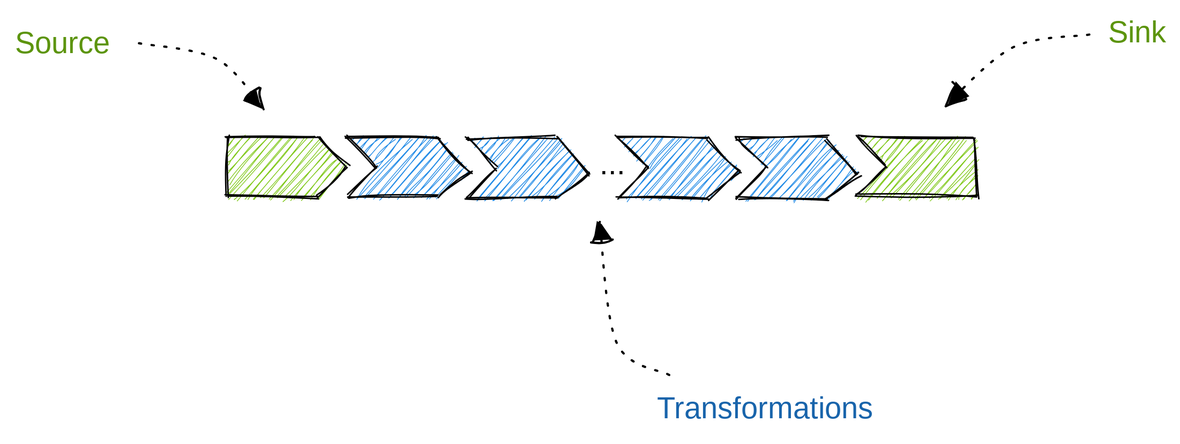
This is web/docs/understand/language/pipeline-structure.excalidraw.svg from tenzir/tenzir, a Excalidraw export, as it was before one commit. Source tidied: one line per element, renumbered; positions are measured from the earlier drawing's top-left corner, leaving out a move shared by most shapes. The source it was exported from:
```json
{"id": 0, "type": "line", "strokeColor": "#000000", "backgroundColor": "#82c91e", "fillStyle": "hachure", "strokeWidth": 1, "roughness": 1, "x": 141, "y": 81, "width": 80, "height": 40, "points": [[0, 0], [0, 40], [60, 40], [80, 20], [60, 0], [0, 0]]}
{"id": 1, "type": "line", "strokeColor": "#000000", "backgroundColor": "#228be6", "fillStyle": "hachure", "strokeWidth": 1, "roughness": 1, "x": 302, "y": 82, "width": 82, "height": 40, "points": [[0, 0], [20, 20], [0, 40], [60, 40], [82, 24], [60, 0], [0, 0]]}
{"id": 2, "type": "line", "strokeColor": "#000000", "backgroundColor": "#228be6", "fillStyle": "hachure", "strokeWidth": 1, "roughness": 1, "x": 401, "y": 82, "width": 82, "height": 40, "points": [[0, 0], [20, 20], [0, 40], [60, 40], [82, 24], [60, 0], [0, 0]]}
{"id": 3, "type": "line", "strokeColor": "#000000", "backgroundColor": "#82c91e", "fillStyle": "hachure", "strokeWidth": 1, "roughness": 1, "x": 562, "y": 81, "width": 80, "height": 40, "points": [[0, 0], [18, 20], [-2, 40], [78, 40], [78, 2], [0, 0]]}
{"id": 4, "type": "text", "text": "...", "strokeColor": "#000000", "backgroundColor": "#15aabf", "fillStyle": "hachure", "strokeWidth": 1, "strokeStyle": "dotted", "roughness": 1, "fontSize": 20, "fontFamily": 1, "x": 390, "y": 88, "width": 18, "height": 25}
{"id": 5, "type": "text", "text": "Source", "strokeColor": "#5c940d", "backgroundColor": "#82c91e", "fillStyle": "hachure", "strokeWidth": 1, "strokeStyle": "dotted", "roughness": 1, "fontSize": 20, "fontFamily": 1, "x": 0, "y": 7, "width": 66, "height": 25}
{"id": 6, "type": "text", "text": "Sink", "strokeColor": "#5c940d", "backgroundColor": "#82c91e", "fillStyle": "hachure", "strokeWidth": 1, "strokeStyle": "dotted", "roughness": 1, "fontSize": 20, "fontFamily": 1, "x": 728, "y": 0, "width": 38, "height": 25}
{"id": 7, "type": "text", "text": "Transformations", "strokeColor": "#1864ab", "backgroundColor": "#82c91e", "fillStyle": "hachure", "strokeWidth": 1, "strokeStyle": "dotted", "roughness": 1, "fontSize": 20, "fontFamily": 1, "x": 428, "y": 251, "width": 163, "height": 25}
{"id": 8, "type": "arrow", "strokeColor": "#000000", "backgroundColor": "#82c91e", "fillStyle": "hachure", "strokeWidth": 1, "strokeStyle": "dotted", "roughness": 1, "endArrowhead": "triangle", "round": true, "from": 7, "x": 437, "y": 240, "width": 46, "height": 101, "points": [[0, 0], [-37, -21], [-46, -101]]}
{"id": 9, "type": "arrow", "strokeColor": "#000000", "backgroundColor": "#82c91e", "fillStyle": "hachure", "strokeWidth": 1, "strokeStyle": "dotted", "roughness": 1, "endArrowhead": "triangle", "round": true, "x": 83, "y": 19, "width": 83, "height": 43, "points": [[0, 0], [53, 10], [83, 43]]}
{"id": 10, "type": "arrow", "strokeColor": "#000000", "backgroundColor": "#82c91e", "fillStyle": "hachure", "strokeWidth": 1, "strokeStyle": "dotted", "roughness": 1, "endArrowhead": "triangle", "round": true, "from": 6, "x": 717, "y": 13, "width": 96, "height": 48, "points": [[0, 0], [-52, 8], [-96, 48]]}
{"id": 11, "type": "line", "strokeColor": "#000000", "backgroundColor": "#228be6", "fillStyle": "hachure", "strokeWidth": 1, "roughness": 1, "x": 222, "y": 81, "width": 82, "height": 40, "points": [[0, 0], [20, 20], [0, 40], [60, 40], [82, 24], [60, 0], [0, 0]]}
{"id": 12, "type": "line", "strokeColor": "#000000", "backgroundColor": "#228be6", "fillStyle": "hachure", "strokeWidth": 1, "roughness": 1, "x": 481, "y": 82, "width": 82, "height": 40, "points": [[0, 0], [20, 20], [0, 40], [60, 40], [82, 24], [60, 0], [0, 0]]}
```
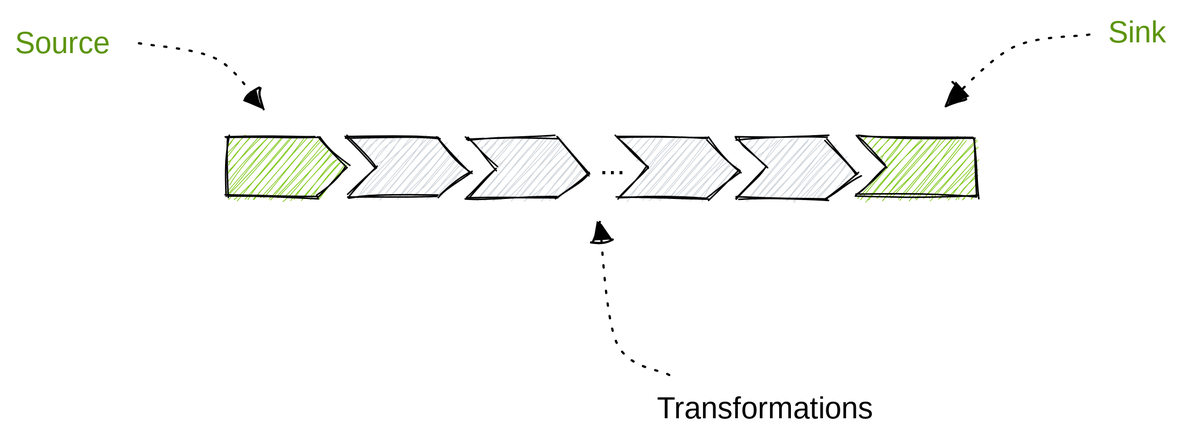
After the commit.

Commit message:
Update pipeline diagrams

Change to the diagram source:
```diff
@@ -1,13 +1,13 @@
 {"id": 0, "type": "line", "strokeColor": "#000000", "backgroundColor": "#82c91e", "fillStyle": "hachure", "strokeWidth": 1, "roughness": 1, "x": 141, "y": 81, "width": 80, "height": 40, "points": [[0, 0], [0, 40], [60, 40], [80, 20], [60, 0], [0, 0]]}
-{"id": 1, "type": "line", "strokeColor": "#000000", "backgroundColor": "#228be6", "fillStyle": "hachure", "strokeWidth": 1, "roughness": 1, "x": 302, "y": 82, "width": 82, "height": 40, "points": [[0, 0], [20, 20], [0, 40], [60, 40], [82, 24], [60, 0], [0, 0]]}
+{"id": 1, "type": "line", "strokeColor": "#000000", "backgroundColor": "#ced4da", "fillStyle": "hachure", "strokeWidth": 1, "roughness": 1, "x": 302, "y": 82, "width": 82, "height": 40, "points": [[0, 0], [20, 20], [0, 40], [60, 40], [82, 24], [60, 0], [0, 0]]}
-{"id": 2, "type": "line", "strokeColor": "#000000", "backgroundColor": "#228be6", "fillStyle": "hachure", "strokeWidth": 1, "roughness": 1, "x": 401, "y": 82, "width": 82, "height": 40, "points": [[0, 0], [20, 20], [0, 40], [60, 40], [82, 24], [60, 0], [0, 0]]}
+{"id": 2, "type": "line", "strokeColor": "#000000", "backgroundColor": "#ced4da", "fillStyle": "hachure", "strokeWidth": 1, "roughness": 1, "x": 401, "y": 82, "width": 82, "height": 40, "points": [[0, 0], [20, 20], [0, 40], [60, 40], [82, 24], [60, 0], [0, 0]]}
 {"id": 3, "type": "line", "strokeColor": "#000000", "backgroundColor": "#82c91e", "fillStyle": "hachure", "strokeWidth": 1, "roughness": 1, "x": 562, "y": 81, "width": 80, "height": 40, "points": [[0, 0], [18, 20], [-2, 40], [78, 40], [78, 2], [0, 0]]}
 {"id": 4, "type": "text", "text": "...", "strokeColor": "#000000", "backgroundColor": "#15aabf", "fillStyle": "hachure", "strokeWidth": 1, "strokeStyle": "dotted", "roughness": 1, "fontSize": 20, "fontFamily": 1, "x": 390, "y": 88, "width": 18, "height": 25}
 {"id": 5, "type": "text", "text": "Source", "strokeColor": "#5c940d", "backgroundColor": "#82c91e", "fillStyle": "hachure", "strokeWidth": 1, "strokeStyle": "dotted", "roughness": 1, "fontSize": 20, "fontFamily": 1, "x": 0, "y": 7, "width": 66, "height": 25}
 {"id": 6, "type": "text", "text": "Sink", "strokeColor": "#5c940d", "backgroundColor": "#82c91e", "fillStyle": "hachure", "strokeWidth": 1, "strokeStyle": "dotted", "roughness": 1, "fontSize": 20, "fontFamily": 1, "x": 728, "y": 0, "width": 38, "height": 25}
-{"id": 7, "type": "text", "text": "Transformations", "strokeColor": "#1864ab", "backgroundColor": "#82c91e", "fillStyle": "hachure", "strokeWidth": 1, "strokeStyle": "dotted", "roughness": 1, "fontSize": 20, "fontFamily": 1, "x": 428, "y": 251, "width": 163, "height": 25}
+{"id": 7, "type": "text", "text": "Transformations", "strokeColor": "#000000", "backgroundColor": "#82c91e", "fillStyle": "hachure", "strokeWidth": 1, "strokeStyle": "dotted", "roughness": 1, "fontSize": 20, "fontFamily": 1, "x": 428, "y": 251, "width": 163, "height": 25}
 {"id": 8, "type": "arrow", "strokeColor": "#000000", "backgroundColor": "#82c91e", "fillStyle": "hachure", "strokeWidth": 1, "strokeStyle": "dotted", "roughness": 1, "endArrowhead": "triangle", "round": true, "from": 7, "x": 437, "y": 240, "width": 46, "height": 101, "points": [[0, 0], [-37, -21], [-46, -101]]}
 {"id": 9, "type": "arrow", "strokeColor": "#000000", "backgroundColor": "#82c91e", "fillStyle": "hachure", "strokeWidth": 1, "strokeStyle": "dotted", "roughness": 1, "endArrowhead": "triangle", "round": true, "x": 83, "y": 19, "width": 83, "height": 43, "points": [[0, 0], [53, 10], [83, 43]]}
 {"id": 10, "type": "arrow", "strokeColor": "#000000", "backgroundColor": "#82c91e", "fillStyle": "hachure", "strokeWidth": 1, "strokeStyle": "dotted", "roughness": 1, "endArrowhead": "triangle", "round": true, "from": 6, "x": 717, "y": 13, "width": 96, "height": 48, "points": [[0, 0], [-52, 8], [-96, 48]]}
-{"id": 11, "type": "line", "strokeColor": "#000000", "backgroundColor": "#228be6", "fillStyle": "hachure", "strokeWidth": 1, "roughness": 1, "x": 222, "y": 81, "width": 82, "height": 40, "points": [[0, 0], [20, 20], [0, 40], [60, 40], [82, 24], [60, 0], [0, 0]]}
+{"id": 11, "type": "line", "strokeColor": "#000000", "backgroundColor": "#ced4da", "fillStyle": "hachure", "strokeWidth": 1, "roughness": 1, "x": 222, "y": 81, "width": 82, "height": 40, "points": [[0, 0], [20, 20], [0, 40], [60, 40], [82, 24], [60, 0], [0, 0]]}
-{"id": 12, "type": "line", "strokeColor": "#000000", "backgroundColor": "#228be6", "fillStyle": "hachure", "strokeWidth": 1, "roughness": 1, "x": 481, "y": 82, "width": 82, "height": 40, "points": [[0, 0], [20, 20], [0, 40], [60, 40], [82, 24], [60, 0], [0, 0]]}
+{"id": 12, "type": "line", "strokeColor": "#000000", "backgroundColor": "#ced4da", "fillStyle": "hachure", "strokeWidth": 1, "roughness": 1, "x": 481, "y": 82, "width": 82, "height": 40, "points": [[0, 0], [20, 20], [0, 40], [60, 40], [82, 24], [60, 0], [0, 0]]}
```
